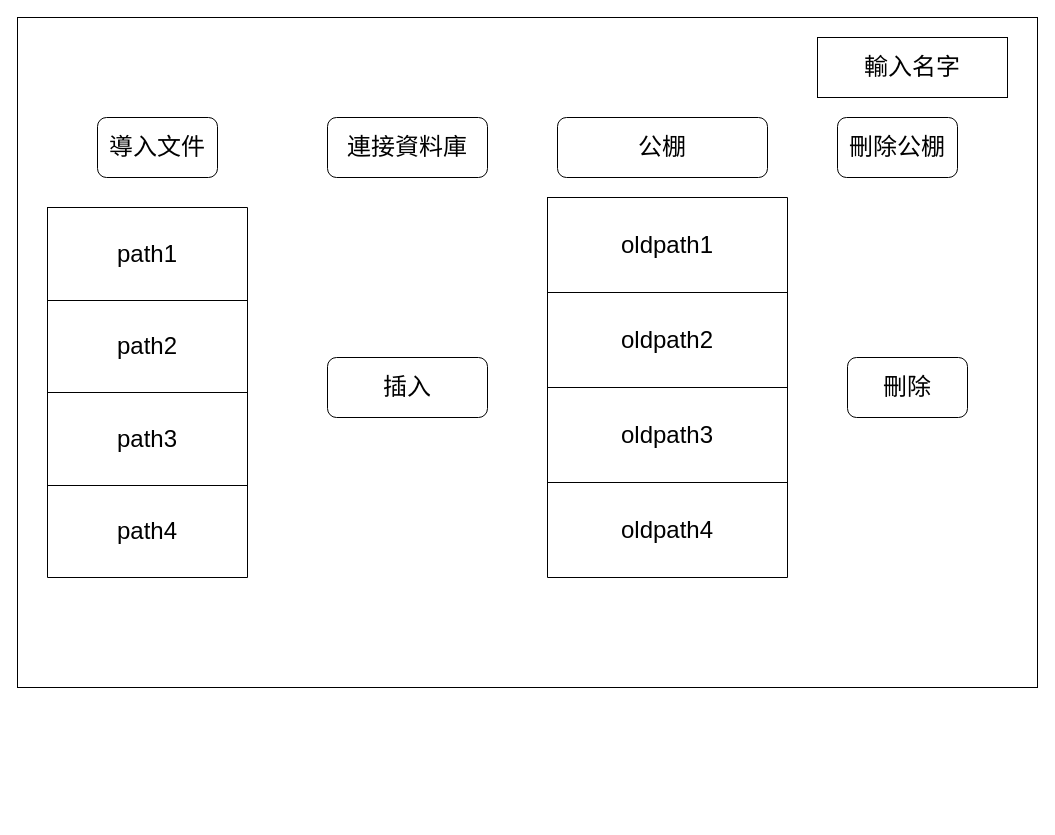
This is nfz_web_ui_design.drawio from pengzhen80/PigeonRace, a draw.io file, before an edit. Source tidied: cells renumbered, new cells numbered last; positions are measured from the earlier drawing's top-left corner, leaving out a move shared by most shapes. Both pictures are drawn from the tidied source at 100%, with x=0, y=0 at pixel (17, 17).
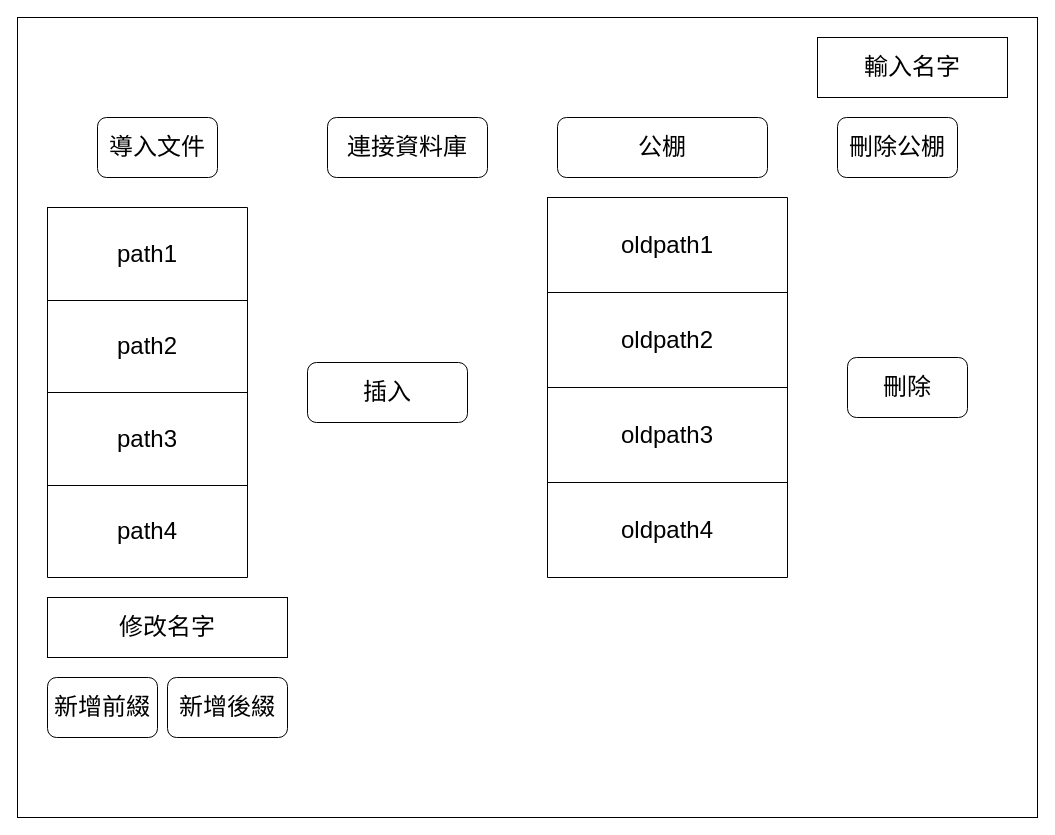
After the change.

Diff of the diagram source:
```diff
@@
     <mxCell id="2" style="rounded=0;whiteSpace=wrap;html=1;" parent="1" vertex="1">
-      <mxGeometry width="1020" height="670" as="geometry" />
+      <mxGeometry width="1020" height="800" as="geometry" />
     </mxCell>
@@
     <mxCell id="24" value="插入" style="rounded=1;whiteSpace=wrap;html=1;fontSize=24;" parent="1" vertex="1">
-      <mxGeometry x="310" y="340" width="160" height="60" as="geometry" />
+      <mxGeometry x="290" y="345" width="160" height="60" as="geometry" />
     </mxCell>
@@
+    <mxCell id="28" value="&lt;font style=&quot;font-size: 24px;&quot;&gt;修改名字&lt;/font&gt;" style="rounded=0;whiteSpace=wrap;html=1;" parent="1" vertex="1">
+      <mxGeometry x="30" y="580" width="240" height="60" as="geometry" />
+    </mxCell>
+    <mxCell id="29" value="新增前綴" style="rounded=1;whiteSpace=wrap;html=1;fontSize=24;" parent="1" vertex="1">
+      <mxGeometry x="30" y="660" width="110" height="60" as="geometry" />
+    </mxCell>
+    <mxCell id="30" value="新增後綴" style="rounded=1;whiteSpace=wrap;html=1;fontSize=24;" parent="1" vertex="1">
+      <mxGeometry x="150" y="660" width="120" height="60" as="geometry" />
+    </mxCell>
```
